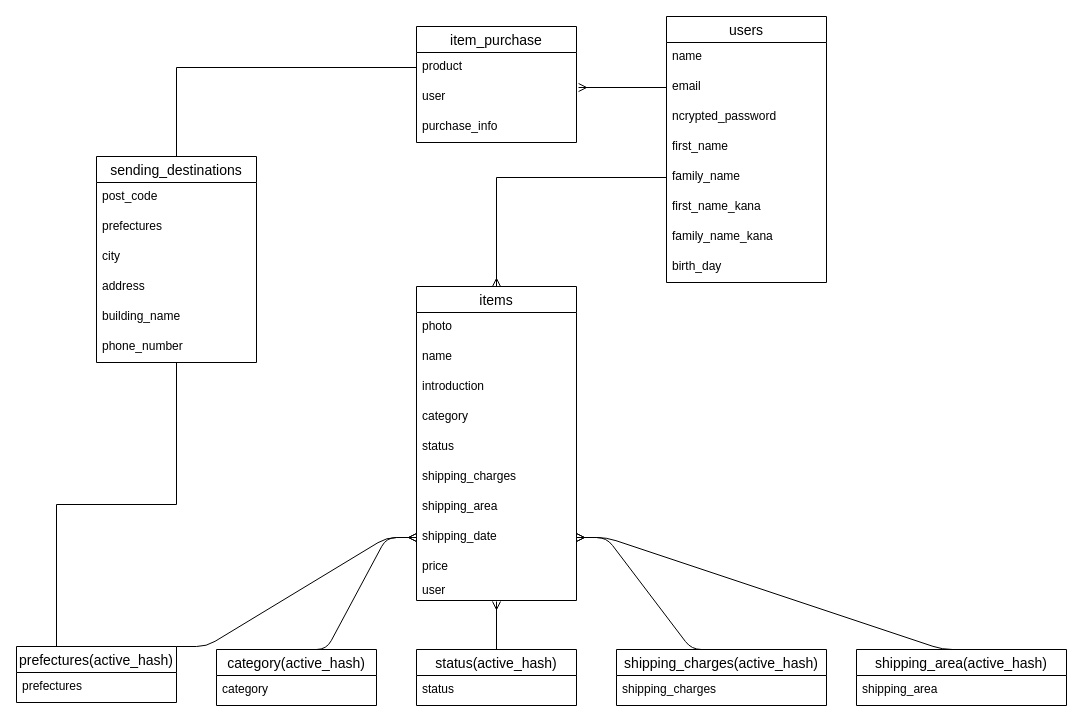
Earlier version of the draw.io diagram ER.dio (nitou0414/furima-29572). Source tidied: cells renumbered, new cells numbered last; positions are measured from the earlier drawing's top-left corner, leaving out a move shared by most shapes. Both pictures are drawn from the tidied source at 100%, with x=0, y=0 at pixel (16, 16).
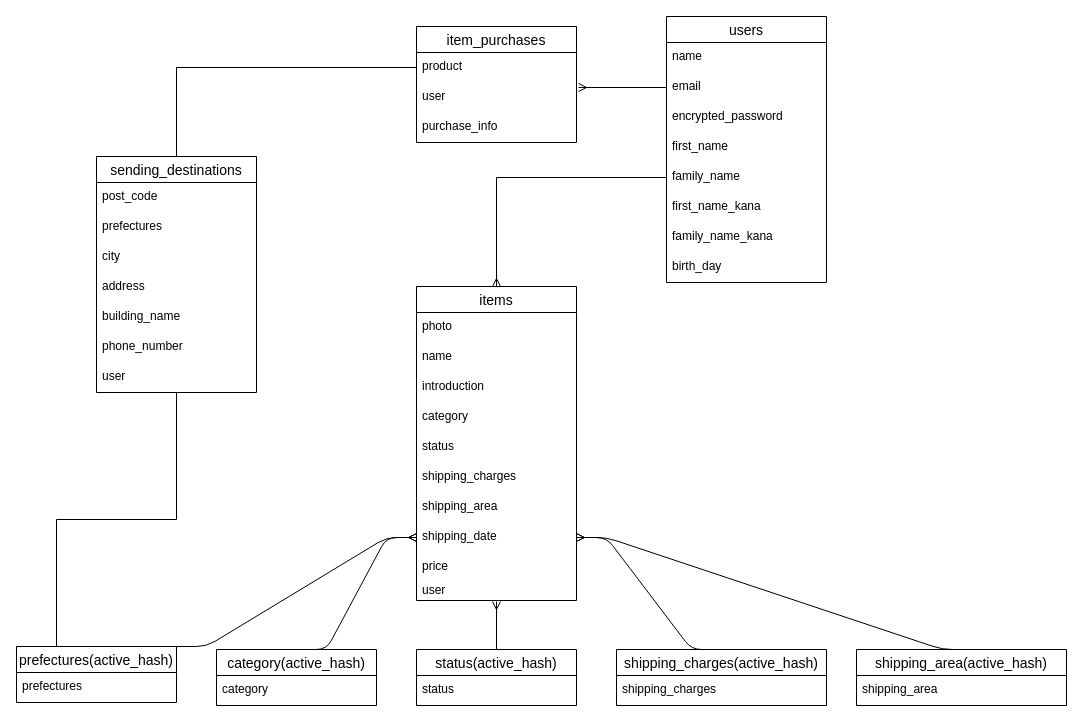
The same diagram, later.

Commit message (it also covers changes not shown here):
修正しました　3

The change refers to these unchanged cells:
```xml
<mxCell id="2" value="users" style="swimlane;fontStyle=0;horizontal=1;startSize=26;align=center;fontSize=14;" parent="1" vertex="1">
  <mxGeometry x="650" width="160" height="266" as="geometry" />
</mxCell>
```

The edit, as a diff of the source:
```diff
@@
-    <mxCell id="5" value="ncrypted_password" style="text;strokeColor=none;fillColor=none;spacingLeft=4;spacingRight=4;overflow=hidden;fontSize=12;" parent="2" vertex="1">
+    <mxCell id="5" value="encrypted_password" style="text;strokeColor=none;fillColor=none;spacingLeft=4;spacingRight=4;overflow=hidden;fontSize=12;" parent="2" vertex="1">
       <mxGeometry y="86" width="160" height="30" as="geometry" />
     </mxCell>
@@
     <mxCell id="23" value="sending_destinations" style="swimlane;fontStyle=0;horizontal=1;startSize=26;align=center;fontSize=14;" parent="1" vertex="1">
-      <mxGeometry x="80" y="140" width="160" height="206" as="geometry" />
+      <mxGeometry x="80" y="140" width="160" height="236" as="geometry" />
     </mxCell>
@@
+    <mxCell id="52" value="phone_number" style="text;strokeColor=none;fillColor=none;spacingLeft=4;spacingRight=4;overflow=hidden;fontSize=12;" parent="23" vertex="1">
+      <mxGeometry y="176" width="160" height="30" as="geometry" />
+    </mxCell>
-    <mxCell id="29" value="phone_number" style="text;strokeColor=none;fillColor=none;spacingLeft=4;spacingRight=4;overflow=hidden;fontSize=12;" parent="23" vertex="1">
-      <mxGeometry y="176" width="160" height="30" as="geometry" />
+    <mxCell id="29" value="user" style="text;strokeColor=none;fillColor=none;spacingLeft=4;spacingRight=4;overflow=hidden;fontSize=12;" parent="23" vertex="1">
+      <mxGeometry y="206" width="160" height="30" as="geometry" />
     </mxCell>
-    <mxCell id="30" value="item_purchase" style="swimlane;fontStyle=0;horizontal=1;startSize=26;align=center;fontSize=14;" parent="1" vertex="1">
+    <mxCell id="30" value="item_purchases" style="swimlane;fontStyle=0;horizontal=1;startSize=26;align=center;fontSize=14;" parent="1" vertex="1">
       <mxGeometry x="400" y="10" width="160" height="116" as="geometry" />
     </mxCell>
```
